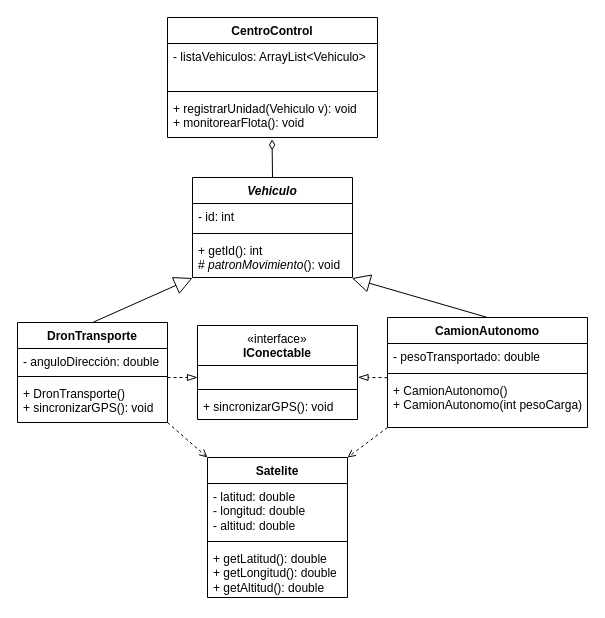
Earlier version of the draw.io diagram docs/SmartLogistics_System_UML.drawio (Snti720/SmartLogistics-System). Source tidied: cells renumbered, new cells numbered last; positions are measured from the earlier drawing's top-left corner, leaving out a move shared by most shapes. Both pictures are drawn from the tidied source at 100%, with x=0, y=0 at pixel (17, 17).
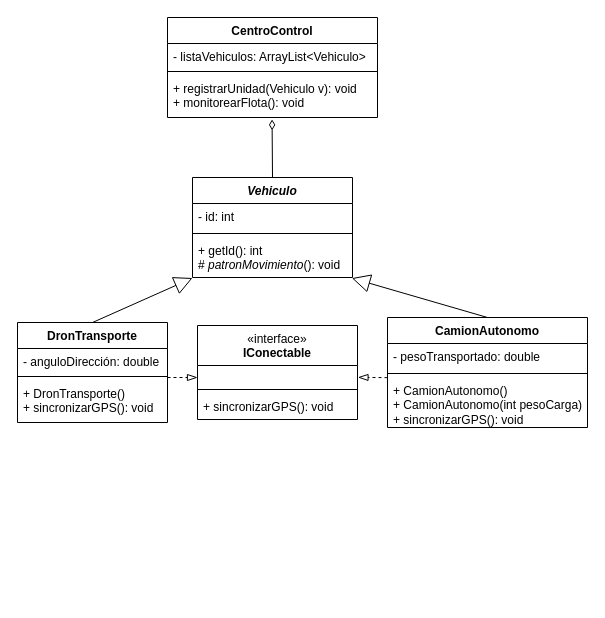
The same diagram, later.

The change refers to these unchanged cells:
```xml
<mxCell id="10" value="DronTransporte" style="swimlane;fontStyle=1;align=center;verticalAlign=top;horizontal=1;startSize=26;whiteSpace=wrap;html=1;" parent="1" vertex="1">
  <mxGeometry y="305" width="150" height="100" as="geometry" />
</mxCell>
<mxCell id="24" value="CamionAutonomo" style="swimlane;fontStyle=1;align=center;verticalAlign=top;horizontal=1;startSize=26;whiteSpace=wrap;html=1;" parent="1" vertex="1">
  <mxGeometry x="370" y="300" width="200" height="110" as="geometry" />
</mxCell>
```

Change to the diagram source:
```diff
@@
-    <mxCell id="2" value="&lt;i&gt;Vehiculo&lt;/i&gt;" style="swimlane;fontStyle=1;align=center;verticalAlign=top;horizontal=1;startSize=26;whiteSpace=wrap;html=1;" parent="1" vertex="1">
+    <mxCell id="2" value="&lt;i style=&quot;&quot;&gt;Vehiculo&lt;/i&gt;" style="swimlane;fontStyle=1;align=center;verticalAlign=top;horizontal=1;startSize=26;whiteSpace=wrap;html=1;" parent="1" vertex="1">
       <mxGeometry x="175" y="160" width="160" height="100" as="geometry" />
     </mxCell>
@@
     <mxCell id="15" value="CentroControl" style="swimlane;fontStyle=1;align=center;verticalAlign=top;horizontal=1;startSize=26;whiteSpace=wrap;html=1;" parent="1" vertex="1">
-      <mxGeometry x="150" width="210" height="120" as="geometry" />
+      <mxGeometry x="150" width="210" height="100" as="geometry" />
     </mxCell>
     <mxCell id="16" value="- listaVehiculos: ArrayList&amp;lt;Vehiculo&amp;gt;" style="text;strokeColor=none;fillColor=none;align=left;verticalAlign=top;spacingLeft=4;spacingRight=4;overflow=hidden;whiteSpace=wrap;html=1;" parent="15" vertex="1">
-      <mxGeometry y="26" width="210" height="44" as="geometry" />
+      <mxGeometry y="26" width="210" height="24" as="geometry" />
     </mxCell>
     <mxCell id="17" style="line;strokeWidth=1;fillColor=none;align=left;verticalAlign=middle;spacingTop=-1;spacingLeft=3;spacingRight=3;labelPosition=right;strokeColor=inherit;" parent="15" vertex="1">
-      <mxGeometry y="70" width="210" height="8" as="geometry" />
+      <mxGeometry y="50" width="210" height="8" as="geometry" />
     </mxCell>
     <mxCell id="18" value="+ registrarUnidad(Vehiculo v): void&lt;div&gt;+ monitorearFlota(): void&lt;/div&gt;" style="text;strokeColor=none;fillColor=none;align=left;verticalAlign=top;spacingLeft=4;spacingRight=4;overflow=hidden;points=[[0,0.5],[1,0.5]];portConstraint=eastwest;whiteSpace=wrap;html=1;" parent="15" vertex="1">
-      <mxGeometry y="78" width="210" height="42" as="geometry" />
+      <mxGeometry y="58" width="210" height="42" as="geometry" />
     </mxCell>
-    <mxCell id="19" value="Satelite" style="swimlane;fontStyle=1;align=center;verticalAlign=top;horizontal=1;startSize=26;whiteSpace=wrap;html=1;" parent="1" vertex="1">
-      <mxGeometry x="190" y="440" width="140" height="140" as="geometry" />
-    </mxCell>
-    <mxCell id="20" value="- latitud: double&lt;div&gt;- longitud: double&lt;br&gt;- altitud: double&lt;/div&gt;" style="text;strokeColor=none;fillColor=none;align=left;verticalAlign=top;spacingLeft=4;spacingRight=4;overflow=hidden;whiteSpace=wrap;html=1;" parent="19" vertex="1">
-      <mxGeometry y="26" width="140" height="54" as="geometry" />
-    </mxCell>
-    <mxCell id="21" style="line;strokeWidth=1;fillColor=none;align=left;verticalAlign=middle;spacingTop=-1;spacingLeft=3;spacingRight=3;labelPosition=right;strokeColor=inherit;" parent="19" vertex="1">
-      <mxGeometry y="80" width="140" height="8" as="geometry" />
-    </mxCell>
-    <mxCell id="22" value="+ getLatitud(): double&lt;div&gt;+ getLongitud(): double&lt;br&gt;+ getAltitud(): double&lt;/div&gt;" style="text;strokeColor=none;fillColor=none;align=left;verticalAlign=top;spacingLeft=4;spacingRight=4;overflow=hidden;whiteSpace=wrap;html=1;" parent="19" vertex="1">
-      <mxGeometry y="88" width="140" height="52" as="geometry" />
-    </mxCell>
@@
-    <mxCell id="27" value="+ CamionAutonomo()&lt;div&gt;+ CamionAutonomo(int pesoCarga)&lt;/div&gt;" style="text;strokeColor=none;fillColor=none;align=left;verticalAlign=top;spacingLeft=4;spacingRight=4;overflow=hidden;points=[[0,0.5],[1,0.5]];portConstraint=eastwest;whiteSpace=wrap;html=1;" parent="24" vertex="1">
+    <mxCell id="27" value="+ CamionAutonomo()&lt;div&gt;+ CamionAutonomo(int pesoCarga)&lt;/div&gt;&lt;div&gt;+ sincronizarGPS(): void&lt;/div&gt;" style="text;strokeColor=none;fillColor=none;align=left;verticalAlign=top;spacingLeft=4;spacingRight=4;overflow=hidden;points=[[0,0.5],[1,0.5]];portConstraint=eastwest;whiteSpace=wrap;html=1;" parent="24" vertex="1">
       <mxGeometry y="60" width="200" height="50" as="geometry" />
     </mxCell>
@@
-    <mxCell id="31" style="rounded=0;jettySize=auto;html=1;dashed=1;endArrow=open;endFill=0;entryX=1;entryY=0;entryDx=0;entryDy=0;exitX=0;exitY=1;exitDx=0;exitDy=0;exitPerimeter=0;" parent="1" edge="1" source="27" target="19">
-      <mxGeometry relative="1" as="geometry" />
-    </mxCell>
-    <mxCell id="32" style="rounded=0;jettySize=auto;html=1;entryX=0;entryY=0;entryDx=0;entryDy=0;endArrow=open;endFill=0;dashed=1;exitX=1;exitY=1;exitDx=0;exitDy=0;" parent="1" edge="1" source="10" target="19">
-      <mxGeometry relative="1" as="geometry" />
-    </mxCell>
```
